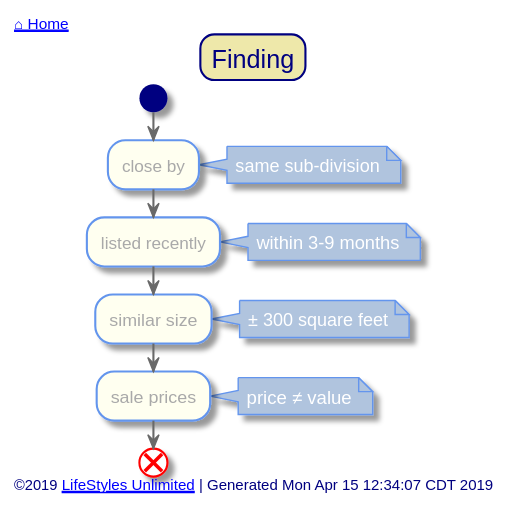
Above: out/src/single-family/finding.svg in toddmo/lifestylesunlimited (PlantUML), before the change.
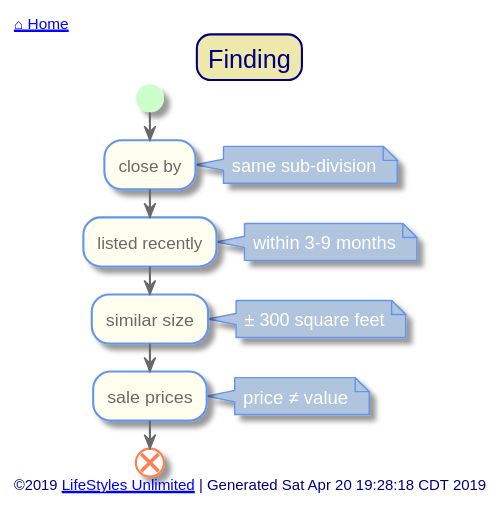
The same file after the commit.

Change to the diagram source:
```diff
@@ -16,7 +16,8 @@
 skinparam activity {
   BackgroundColor Ivory
   BorderColor CornflowerBlue
-  FontColor DarkGray
+  FontColor DimGray
+
 
   Arrow {
     Color dimgray
@@ -24,11 +25,11 @@
   }
 
   Start {
-    Color Navy
+    Color PHYSICAL
   }
 
   End {
-    Color Red
+    Color Coral
   }
 
   Diamond {
@@ -46,13 +47,21 @@
 }
 
 skinparam Partition {
-  BackgroundColor DarkSeaGreen
+  BackgroundColor Ivory
   BorderColor CornflowerBlue
   BorderThickness 1
+  FontColor CornflowerBlue
+  FontSize 16
+  BorderRoundCorner 20
+}
+
+skinparam Note {
+  BackgroundColor LightSteelBlue
+  BorderColor CornflowerBlue
   FontColor White
-  FontSize 16
 }
-skinparam Note {
+
+skinparam Legend {
   BackgroundColor LightSteelBlue
   BorderColor CornflowerBlue
   FontColor White
@@ -86,8 +95,9 @@
 
 	end
 
+
 left footer
-	©2019 [[http://www.lifestylesunlimited.com LifeStyles Unlimited]] | Generated Mon Apr 15 12:34:07 CDT 2019
+	©2019 [[http://www.lifestylesunlimited.com LifeStyles Unlimited]] | Generated Sat Apr 20 19:28:18 CDT 2019
 endfooter
 
 
```
